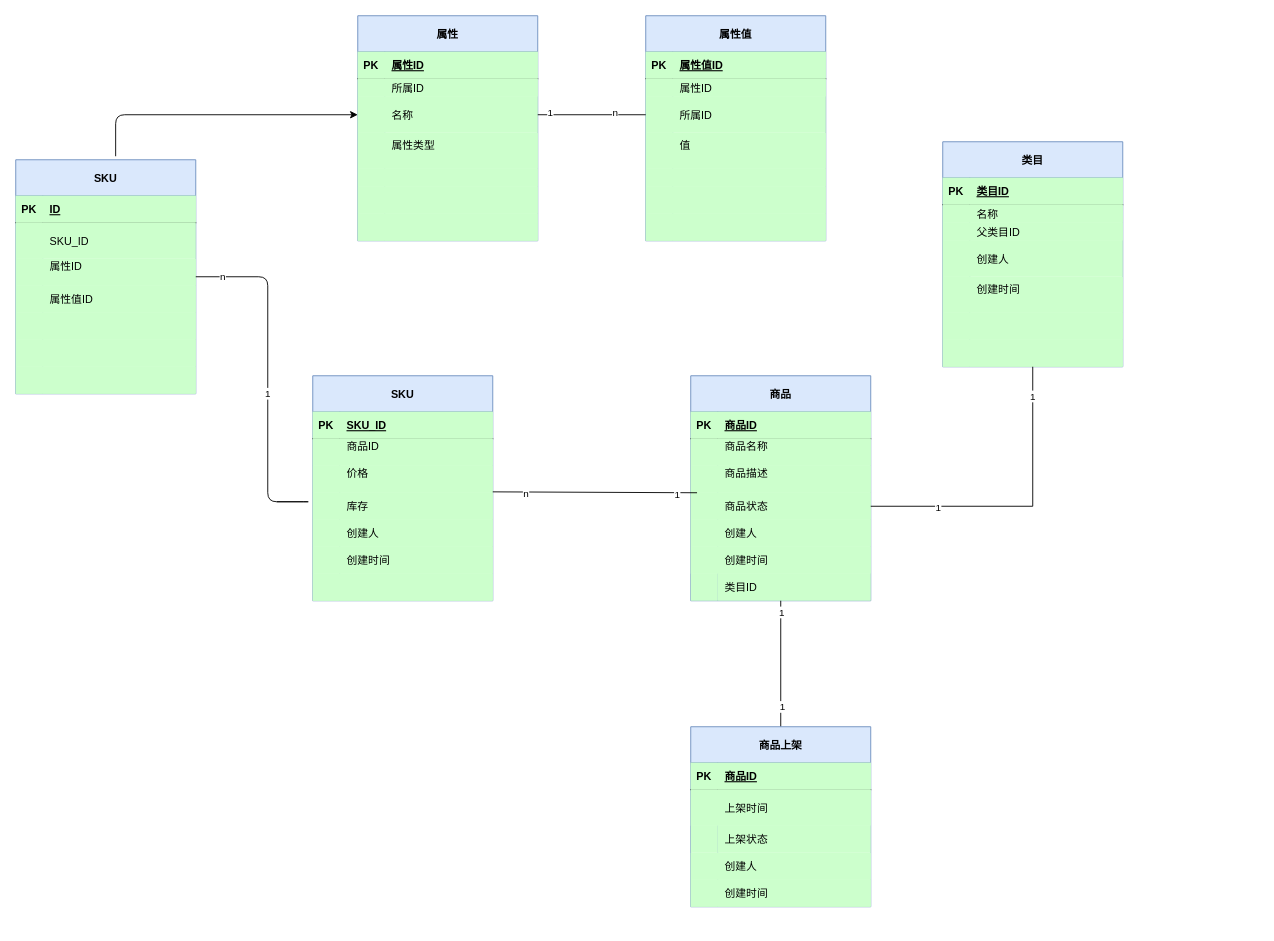
The draw.io diagram 商品能力.drawio in linxiaofan/linhenghui, before the edit. Source tidied: cells renumbered, new cells numbered last; positions are measured from the earlier drawing's top-left corner, leaving out a move shared by most shapes. Both pictures are drawn from the tidied source at 90%, with x=0, y=0 at pixel (15, 15).
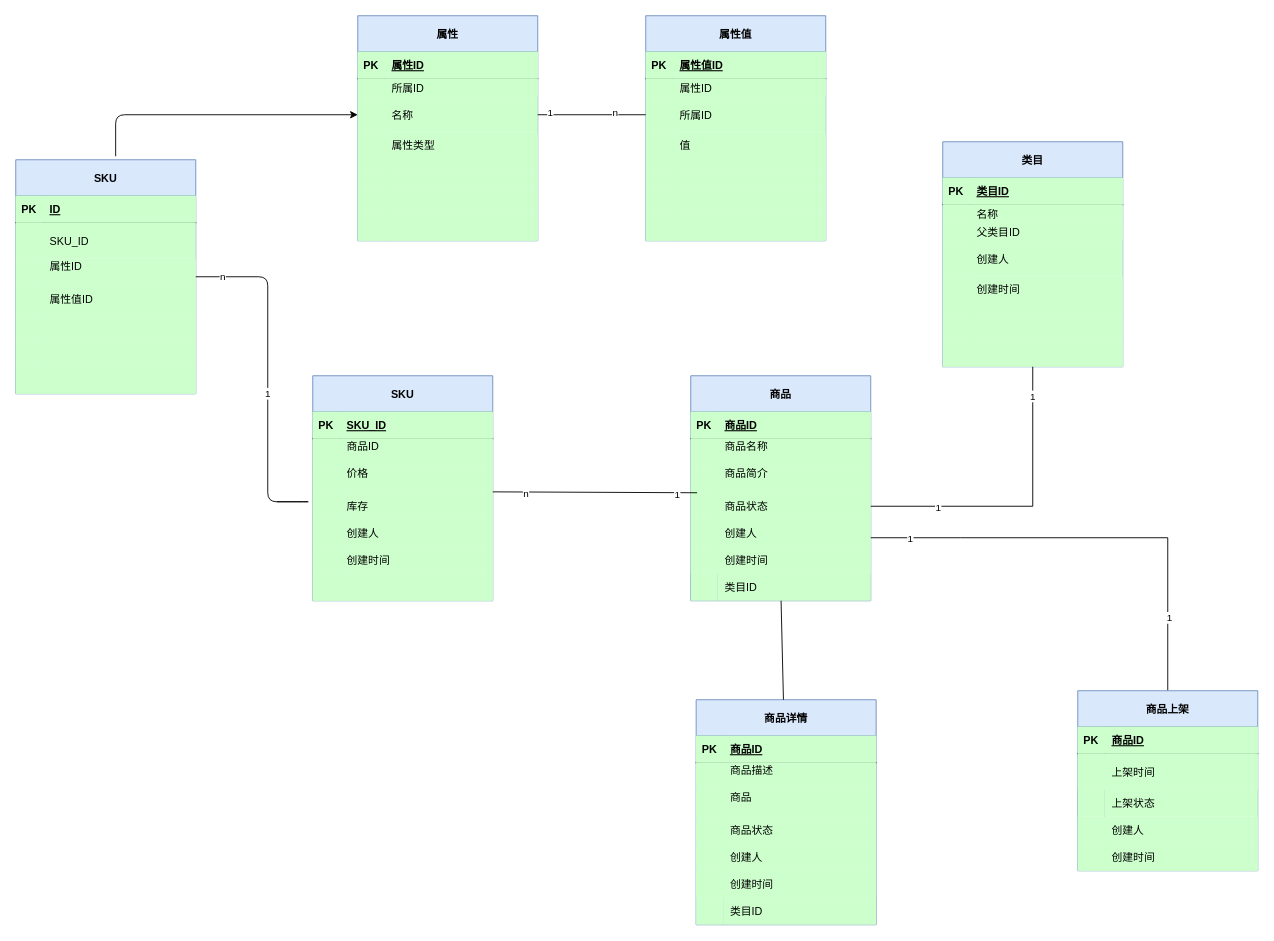
The same page after the edit.

Commit message:
更新商品能力.drawio

Unchanged cells that the change refers to:
```xml
<mxCell id="32" style="shape=partialRectangle;top=0;left=0;bottom=0;right=0;fillColor=#CCFFCC;" parent="25" vertex="1">
  <mxGeometry y="100" width="200" height="30" as="geometry" />
</mxCell>
<mxCell id="44" style="shape=partialRectangle;fillColor=none;top=0;left=0;bottom=0;right=0;points=[[0,0.5],[1,0.5]];portConstraint=eastwest;strokeWidth=1;align=left;" parent="25" vertex="1">
  <mxGeometry y="220" width="200" height="30" as="geometry" />
</mxCell>
```

Diff of the diagram source:
```diff
@@
-    <mxCell id="34" value="商品描述&#10;" style="shape=partialRectangle;top=0;left=0;bottom=0;right=0;align=left;spacingLeft=6;overflow=hidden;fillColor=#CCFFCC;" parent="32" vertex="1">
+    <mxCell id="34" value="商品简介&#10;" style="shape=partialRectangle;top=0;left=0;bottom=0;right=0;align=left;spacingLeft=6;overflow=hidden;fillColor=#CCFFCC;" parent="32" vertex="1">
       <mxGeometry x="30" width="170" height="30" as="geometry" />
     </mxCell>
@@
-    <mxCell id="147" style="endArrow=none;html=1;rounded=0;entryX=0.5;entryY=0;entryDx=0;entryDy=0;" parent="1" edge="1" source="44" target="150">
-      <mxGeometry relative="1" as="geometry" />
+    <mxCell id="147" style="endArrow=none;html=1;rounded=0;entryX=0.5;entryY=0;entryDx=0;entryDy=0;" parent="1" edge="1" target="150">
+      <mxGeometry relative="1" as="geometry">
+        <mxPoint x="950" y="580" as="sourcePoint" />
+        <Array as="points">
+          <mxPoint x="1050" y="580" />
+          <mxPoint x="1280" y="580" />
+        </Array>
+      </mxGeometry>
     </mxCell>
@@
     <mxCell id="150" value="商品上架" style="shape=table;startSize=40;childLayout=tableLayout;rowLines=0;fontStyle=1;align=center;fillColor=#dae8fc;strokeColor=#6c8ebf;" parent="1" vertex="1">
-      <mxGeometry x="750" y="790" width="200" height="200" as="geometry" />
+      <mxGeometry x="1180" y="750" width="200" height="200" as="geometry" />
     </mxCell>
@@
+    <mxCell id="166" value="商品详情" style="shape=table;startSize=40;childLayout=tableLayout;rowLines=0;fontStyle=1;align=center;fillColor=#dae8fc;strokeColor=#6c8ebf;" parent="1" vertex="1">
+      <mxGeometry x="756" y="760" width="200" height="250" as="geometry" />
+    </mxCell>
+    <mxCell id="167" style="shape=partialRectangle;top=0;left=0;bottom=1;right=0;fillColor=#CCFFCC;" parent="166" vertex="1">
+      <mxGeometry y="40" width="200" height="30" as="geometry" />
+    </mxCell>
+    <mxCell id="168" value="PK" style="shape=partialRectangle;top=0;left=0;bottom=0;right=0;fontStyle=1;overflow=hidden;fillColor=#CCFFCC;" parent="167" vertex="1">
+      <mxGeometry width="30" height="30" as="geometry" />
+    </mxCell>
+    <mxCell id="169" value="商品ID" style="shape=partialRectangle;top=0;left=0;bottom=0;right=0;align=left;spacingLeft=6;fontStyle=5;overflow=hidden;fillColor=#CCFFCC;" parent="167" vertex="1">
+      <mxGeometry x="30" width="170" height="30" as="geometry" />
+    </mxCell>
+    <mxCell id="170" style="shape=partialRectangle;top=0;left=0;bottom=0;right=0;fillColor=#CCFFCC;" parent="166" vertex="1">
+      <mxGeometry y="70" width="200" height="30" as="geometry" />
+    </mxCell>
+    <mxCell id="171" style="shape=partialRectangle;top=0;left=0;bottom=0;right=0;overflow=hidden;fillColor=#CCFFCC;" parent="170" vertex="1">
+      <mxGeometry width="30" height="30" as="geometry" />
+    </mxCell>
+    <mxCell id="172" value="商品描述&#10;" style="shape=partialRectangle;top=0;left=0;bottom=0;right=0;align=left;spacingLeft=6;overflow=hidden;fillColor=#CCFFCC;" parent="170" vertex="1">
+      <mxGeometry x="30" width="170" height="30" as="geometry" />
+    </mxCell>
+    <mxCell id="173" style="shape=partialRectangle;top=0;left=0;bottom=0;right=0;fillColor=#CCFFCC;" parent="166" vertex="1">
+      <mxGeometry y="100" width="200" height="30" as="geometry" />
+    </mxCell>
+    <mxCell id="174" style="shape=partialRectangle;top=0;left=0;bottom=0;right=0;overflow=hidden;fillColor=#CCFFCC;" parent="173" vertex="1">
+      <mxGeometry width="30" height="30" as="geometry" />
+    </mxCell>
+    <mxCell id="175" value="商品&#10;" style="shape=partialRectangle;top=0;left=0;bottom=0;right=0;align=left;spacingLeft=6;overflow=hidden;fillColor=#CCFFCC;" parent="173" vertex="1">
+      <mxGeometry x="30" width="170" height="30" as="geometry" />
+    </mxCell>
+    <mxCell id="176" style="shape=partialRectangle;top=0;left=0;bottom=0;right=0;fillColor=#CCFFCC;" parent="166" vertex="1">
+      <mxGeometry y="130" width="200" height="30" as="geometry" />
+    </mxCell>
+    <mxCell id="177" style="shape=partialRectangle;top=0;left=0;bottom=0;right=0;overflow=hidden;fillColor=#CCFFCC;" parent="176" vertex="1">
+      <mxGeometry width="30" height="30" as="geometry" />
+    </mxCell>
+    <mxCell id="178" value="商品状态" style="shape=partialRectangle;top=0;left=0;bottom=0;right=0;align=left;spacingLeft=6;overflow=hidden;fillColor=#CCFFCC;" parent="176" vertex="1">
+      <mxGeometry x="30" width="170" height="30" as="geometry" />
+    </mxCell>
+    <mxCell id="179" style="shape=partialRectangle;top=0;left=0;bottom=0;right=0;fillColor=#CCFFCC;" parent="166" vertex="1">
+      <mxGeometry y="160" width="200" height="30" as="geometry" />
+    </mxCell>
+    <mxCell id="180" style="shape=partialRectangle;top=0;left=0;bottom=0;right=0;overflow=hidden;fillColor=#CCFFCC;" parent="179" vertex="1">
+      <mxGeometry width="30" height="30" as="geometry" />
+    </mxCell>
+    <mxCell id="181" value="创建人" style="shape=partialRectangle;top=0;left=0;bottom=0;right=0;align=left;spacingLeft=6;overflow=hidden;fillColor=#CCFFCC;" parent="179" vertex="1">
+      <mxGeometry x="30" width="170" height="30" as="geometry" />
+    </mxCell>
+    <mxCell id="182" style="shape=partialRectangle;top=0;left=0;bottom=0;right=0;fillColor=#CCFFCC;" parent="166" vertex="1">
+      <mxGeometry y="190" width="200" height="30" as="geometry" />
+    </mxCell>
+    <mxCell id="183" style="shape=partialRectangle;top=0;left=0;bottom=0;right=0;overflow=hidden;fillColor=#CCFFCC;" parent="182" vertex="1">
+      <mxGeometry width="30" height="30" as="geometry" />
+    </mxCell>
+    <mxCell id="184" value="创建时间" style="shape=partialRectangle;top=0;left=0;bottom=0;right=0;align=left;spacingLeft=6;overflow=hidden;fillColor=#CCFFCC;" parent="182" vertex="1">
+      <mxGeometry x="30" width="170" height="30" as="geometry" />
+    </mxCell>
+    <mxCell id="185" style="shape=partialRectangle;fillColor=none;top=0;left=0;bottom=0;right=0;strokeWidth=1;align=left;" parent="166" vertex="1">
+      <mxGeometry y="220" width="200" height="30" as="geometry" />
+    </mxCell>
+    <mxCell id="186" style="shape=partialRectangle;top=0;left=0;bottom=0;right=0;overflow=hidden;fillColor=#CCFFCC;" parent="185" vertex="1">
+      <mxGeometry width="30" height="30" as="geometry" />
+    </mxCell>
+    <mxCell id="187" value="类目ID" style="shape=partialRectangle;top=0;left=0;bottom=0;right=0;align=left;spacingLeft=6;overflow=hidden;strokeColor=#82b366;fillColor=#CCFFCC;" parent="185" vertex="1">
+      <mxGeometry x="30" width="170" height="30" as="geometry" />
+    </mxCell>
+    <mxCell id="188" style="endArrow=none;html=1;rounded=0;" parent="1" edge="1" source="44" target="166">
+      <mxGeometry relative="1" as="geometry" />
+    </mxCell>
```
